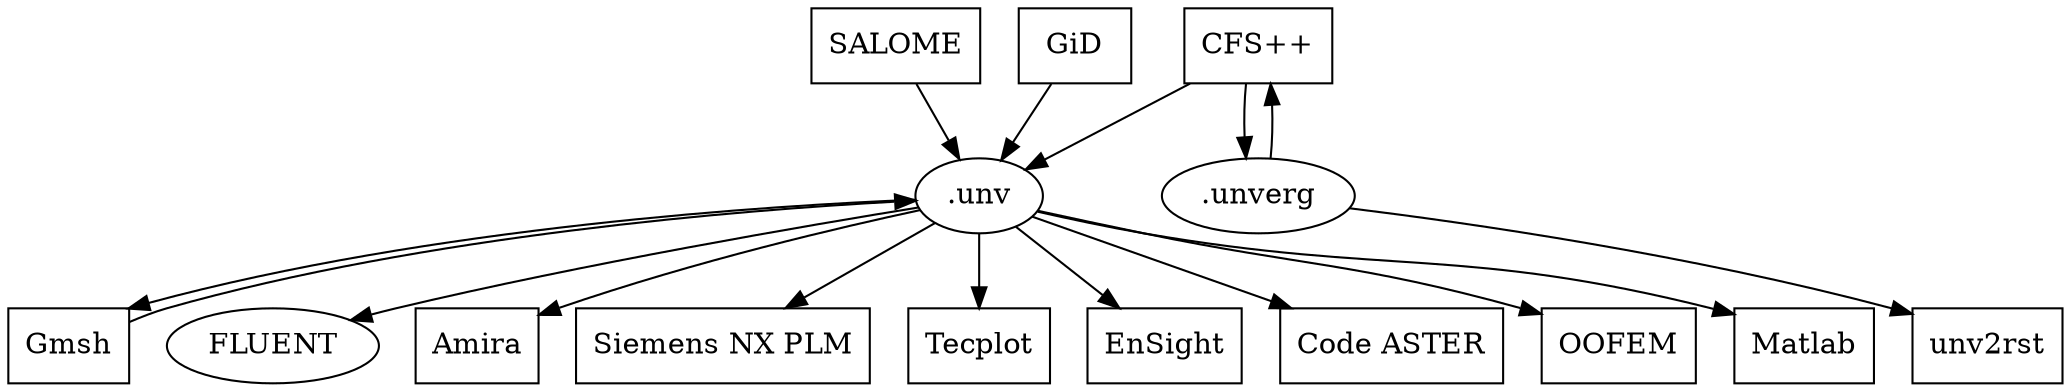
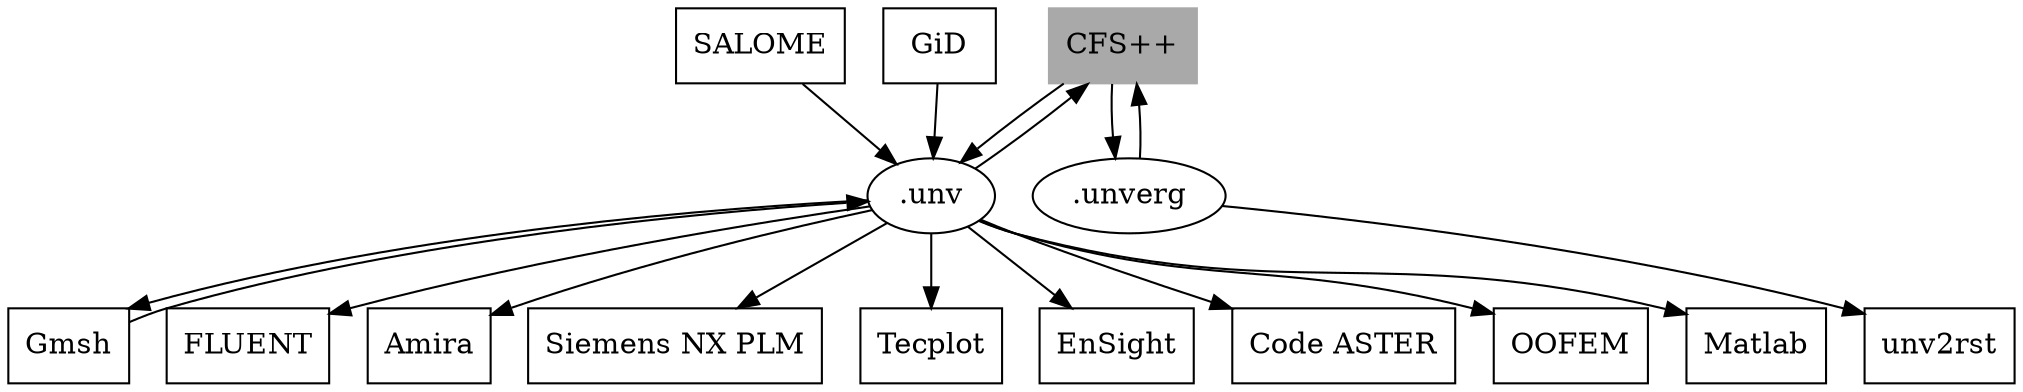
digraph G {
	"CFS++" -> ".unv";
        "CFS++" -> ".unverg";
        ".unverg" -> "CFS++";
        ".unverg" -> unv2rst;
+ 
+         ".unv" -> "CFS++";

	".unv" -> Gmsh;
	Gmsh -> ".unv";

	".unv" -> FLUENT;
	".unv" -> Amira;
	".unv" -> "Siemens NX PLM";
	".unv" -> Tecplot;
	".unv" -> EnSight;
	".unv" -> "Code ASTER";
	".unv" -> OOFEM;
	".unv" -> Matlab;

	SALOME -> ".unv";
	GiD -> ".unv";

-         "CFS++" [shape=box];
+         "CFS++" [shape=box,color=darkgrey,style=filled];
        Gmsh [shape=box];
        SALOME [shape=box];
        "Code ASTER" [shape=box];
        Matlab [shape=box];
        OOFEM [shape=box];
        Amira [shape=box];
        "Siemens NX PLM" [shape=box];
        unv2rst [shape=box];
        GiD [shape=box];

        Tecplot [shape=box];
        EnSight [shape=box];
+         FLUENT [shape=box];
}
